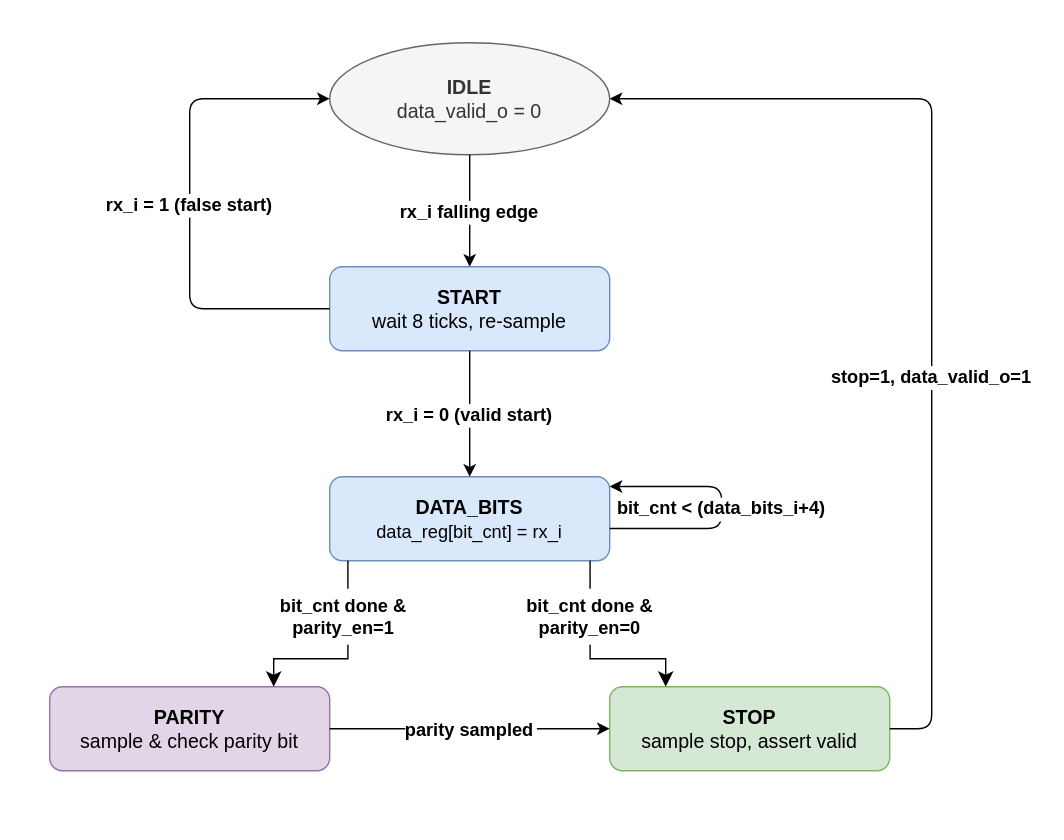
ADN-VLSI/SC-SoC keeps this draw.io diagram as document/uart_rx_fsm.svg. Above is the earlier version. Source tidied: cells renumbered, new cells last; positions are measured from the earlier drawing's top-left corner, leaving out a move shared by most shapes.
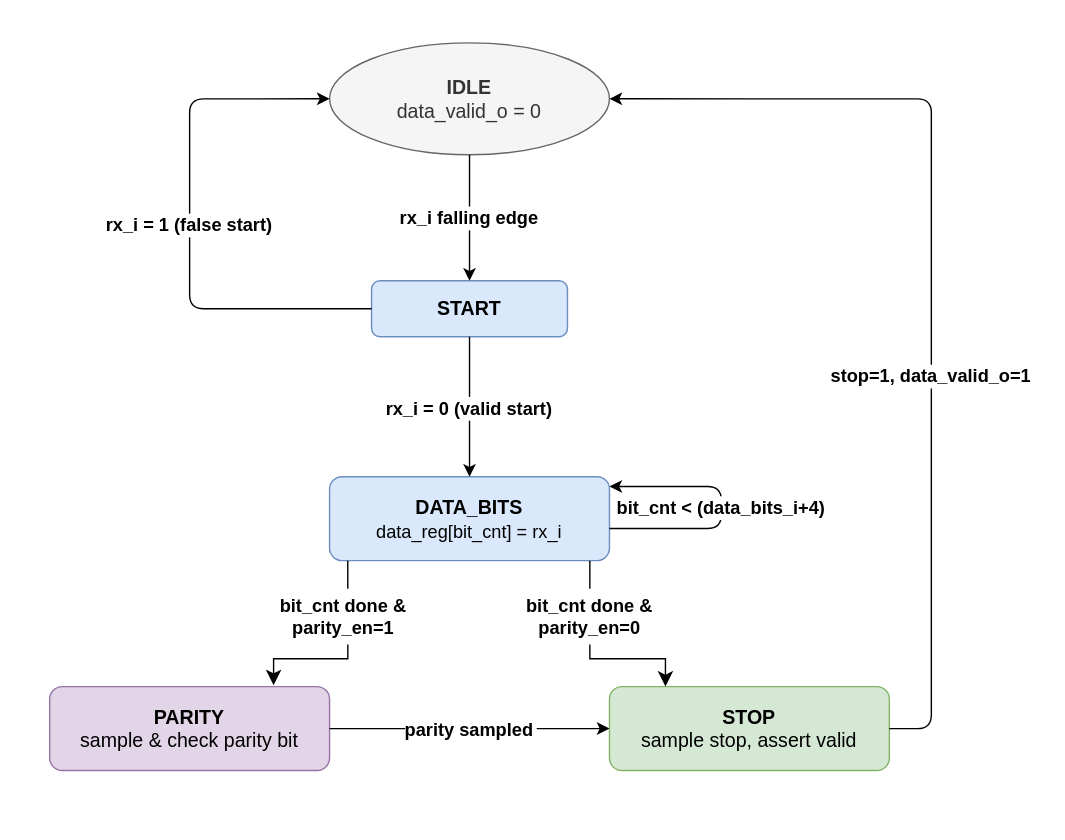
Above is the later version.

Change to the diagram source:
```diff
@@ -78,8 +78,8 @@
     <mxCell id="24" value="&lt;b&gt;IDLE&lt;/b&gt;&lt;br/&gt;data_valid_o = 0" style="ellipse;whiteSpace=wrap;html=1;fillColor=#f5f5f5;strokeColor=#666666;fontColor=#333333;fontSize=14;" parent="1" vertex="1">
       <mxGeometry x="235" y="30" width="200" height="80" as="geometry" />
     </mxCell>
-    <mxCell id="25" value="&lt;b&gt;START&lt;/b&gt;&lt;br/&gt;wait 8 ticks, re-sample" style="rounded=1;whiteSpace=wrap;html=1;fillColor=#dae8fc;strokeColor=#6c8ebf;fontSize=14;" parent="1" vertex="1">
-      <mxGeometry x="235" y="190" width="200" height="60" as="geometry" />
+    <mxCell id="25" value="&lt;b&gt;START&lt;/b&gt;" style="rounded=1;whiteSpace=wrap;html=1;fillColor=#dae8fc;strokeColor=#6c8ebf;fontSize=14;" parent="1" vertex="1">
+      <mxGeometry x="265" y="200" width="140" height="40" as="geometry" />
     </mxCell>
     <mxCell id="26" value="&lt;b&gt;DATA_BITS&lt;/b&gt;&lt;br&gt;&lt;span style=&quot;font-size: 13px;&quot;&gt;data_reg[bit_cnt] = rx_i&lt;/span&gt;" style="rounded=1;whiteSpace=wrap;html=1;fillColor=#dae8fc;strokeColor=#6c8ebf;fontSize=14;" parent="1" vertex="1">
       <mxGeometry x="235" y="340" width="200" height="60" as="geometry" />
```
